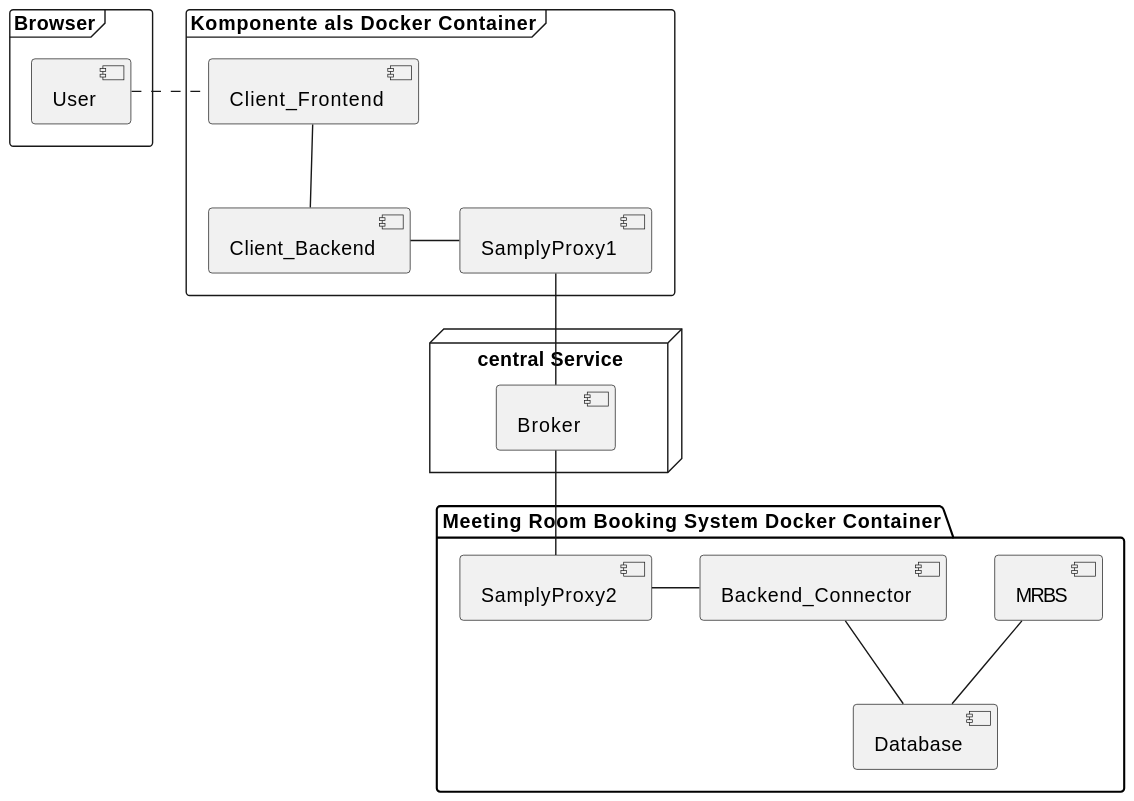
The PlantUML diagram out/Projekte/Verbis/Beam/interaction_Beam/interaction_Beam.svg in Martin1088/Plantuml-With-Screenreader, before a commit.
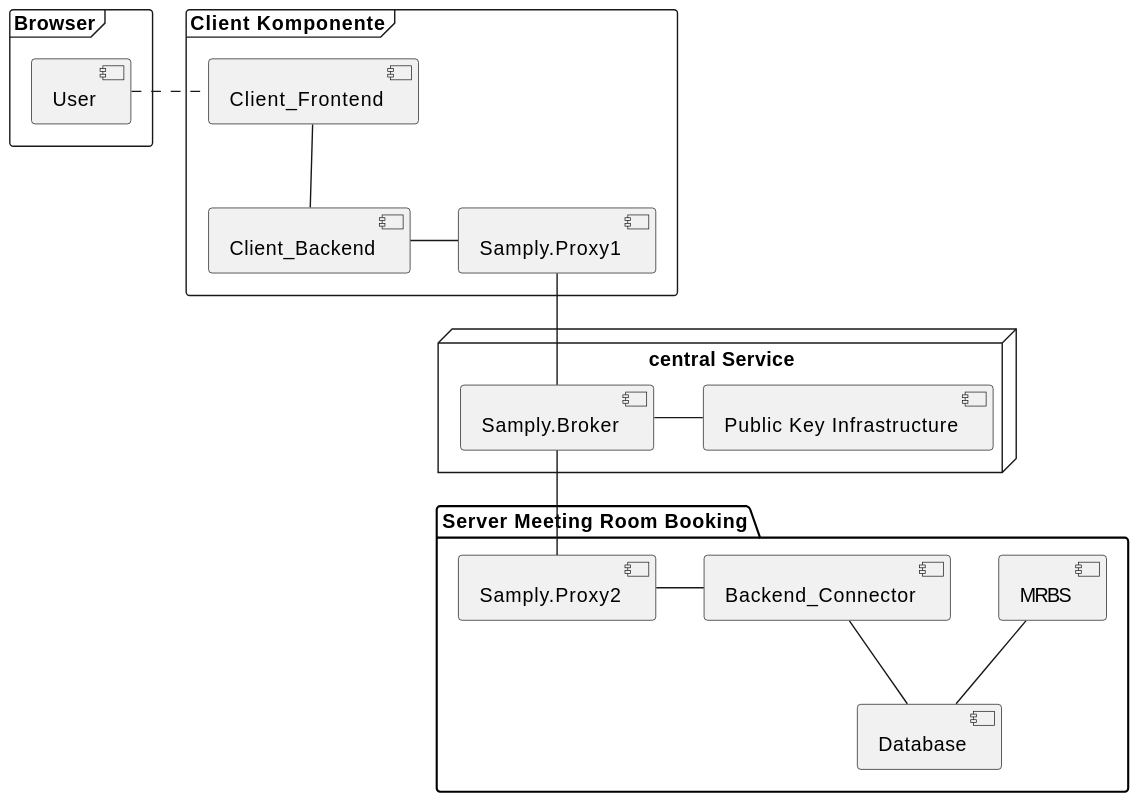
The same file after the commit.

What changed in the source:
```diff
@@ -3,19 +3,20 @@
     [User]
 }
 
-frame "Komponente als Docker Container"{
+frame "Client Komponente"{
     [Client_Frontend]
     [Client_Backend]
-    [SamplyProxy1]
+    [Samply.Proxy1]
 }
 
 node "central Service" {
-    [Broker]
+    [Samply.Broker]
+    [Public Key Infrastructure]
 }
 
 
-package "Meeting Room Booking System Docker Container" {
-    [SamplyProxy2]
+package "Server Meeting Room Booking" {
+    [Samply.Proxy2]
     [Backend_Connector]
     [MRBS]
     [Database]
@@ -23,10 +24,11 @@
 
 [User] . [Client_Frontend]
 [Client_Frontend] -- [Client_Backend]
-[Client_Backend] - [SamplyProxy1]
-[SamplyProxy1] -- [Broker]
-[Broker] -- [SamplyProxy2]
-[SamplyProxy2] - [Backend_Connector]
+[Client_Backend] - [Samply.Proxy1]
+[Samply.Proxy1] -- [Samply.Broker]
+[Samply.Broker] -- [Samply.Proxy2]
+[Samply.Broker] - [Public Key Infrastructure]
+[Samply.Proxy2] - [Backend_Connector]
 [Backend_Connector] -- [Database]
 [MRBS] -- [Database]
 @enduml
```
